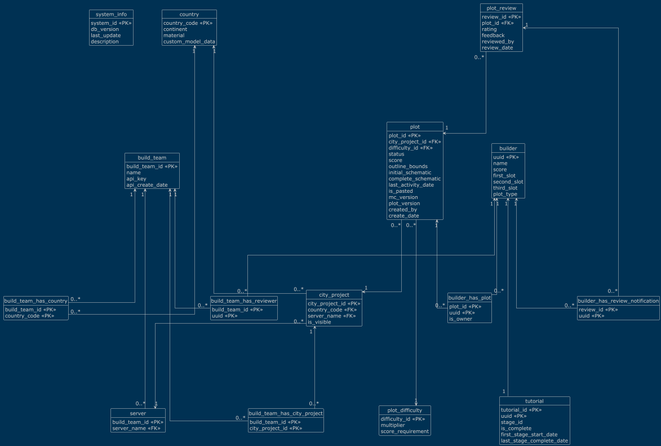
This is logical-db.png from AlpsBTE/Plot-System-DB, a PlantUML export, as it was before one commit.
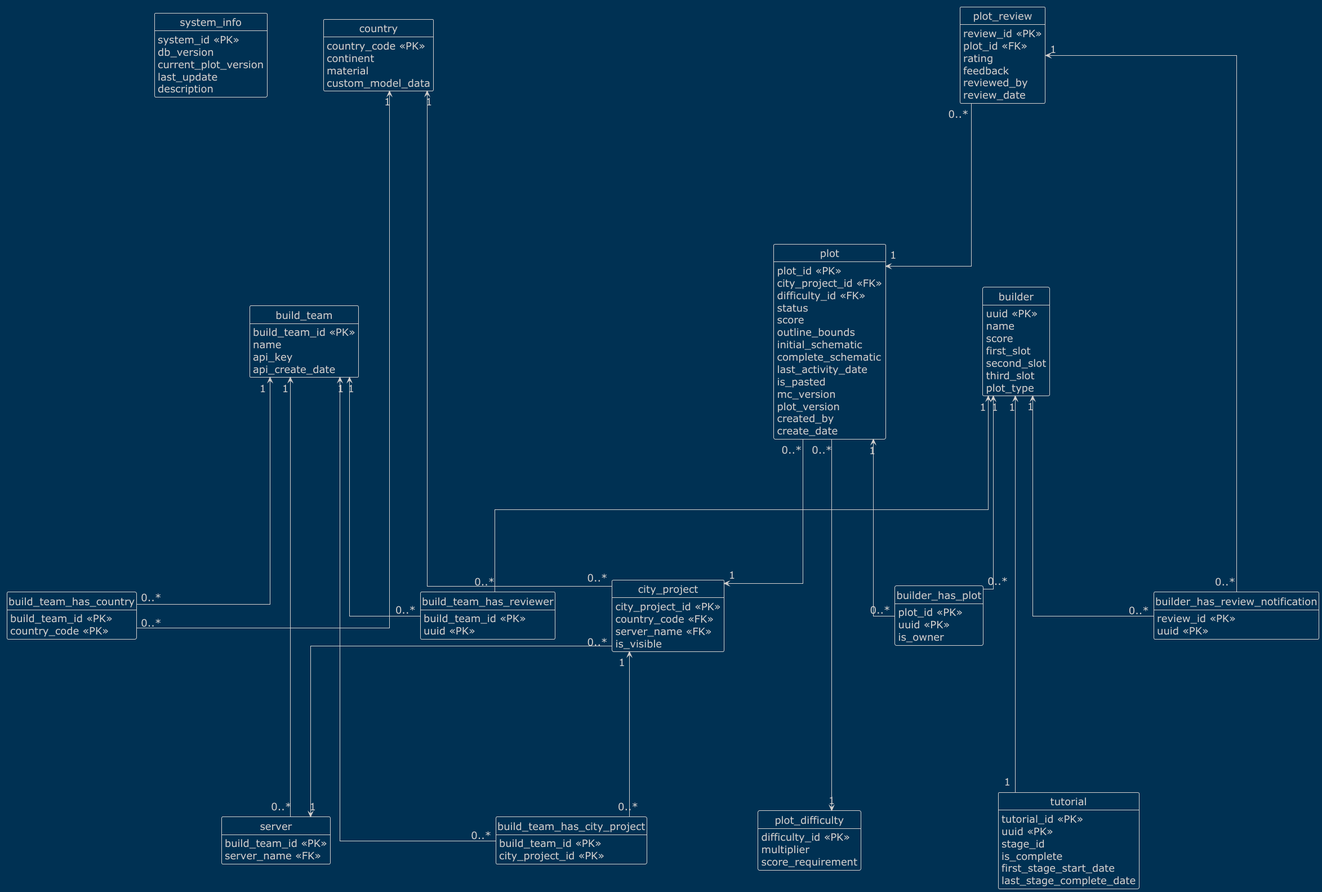
The same file after the commit.

Commit message:
add current_plot_version attribute to system_info

What changed in the source:
```diff
@@ -12,6 +12,7 @@
 entity system_info {
     system_id <<PK>>
     db_version
+    current_plot_version
     last_update
     description
 }
```
